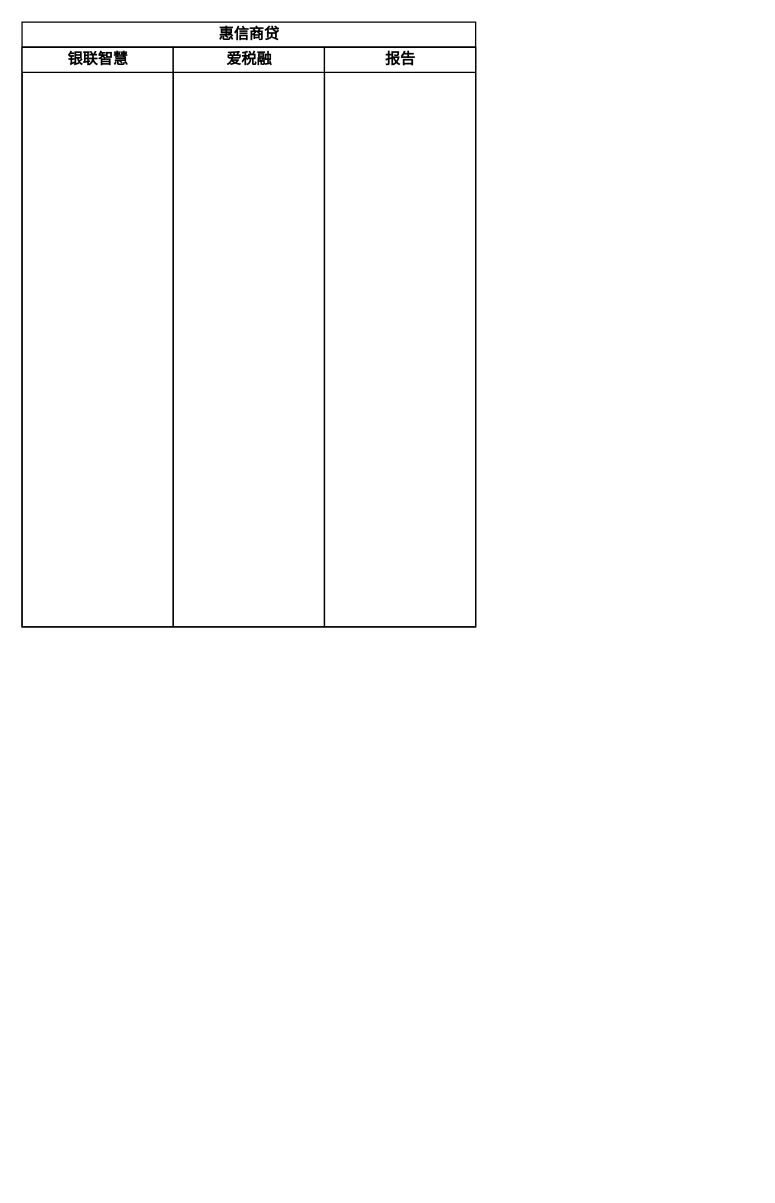
Before: 惠信商贷.drawio in quanqiang-li/draw, a draw.io diagram. Source tidied: cells renumbered, new cells numbered last; positions are measured from the earlier drawing's top-left corner, leaving out a move shared by most shapes. Both pictures are drawn from the tidied source at 126%, with x=0, y=0 at pixel (21, 21).
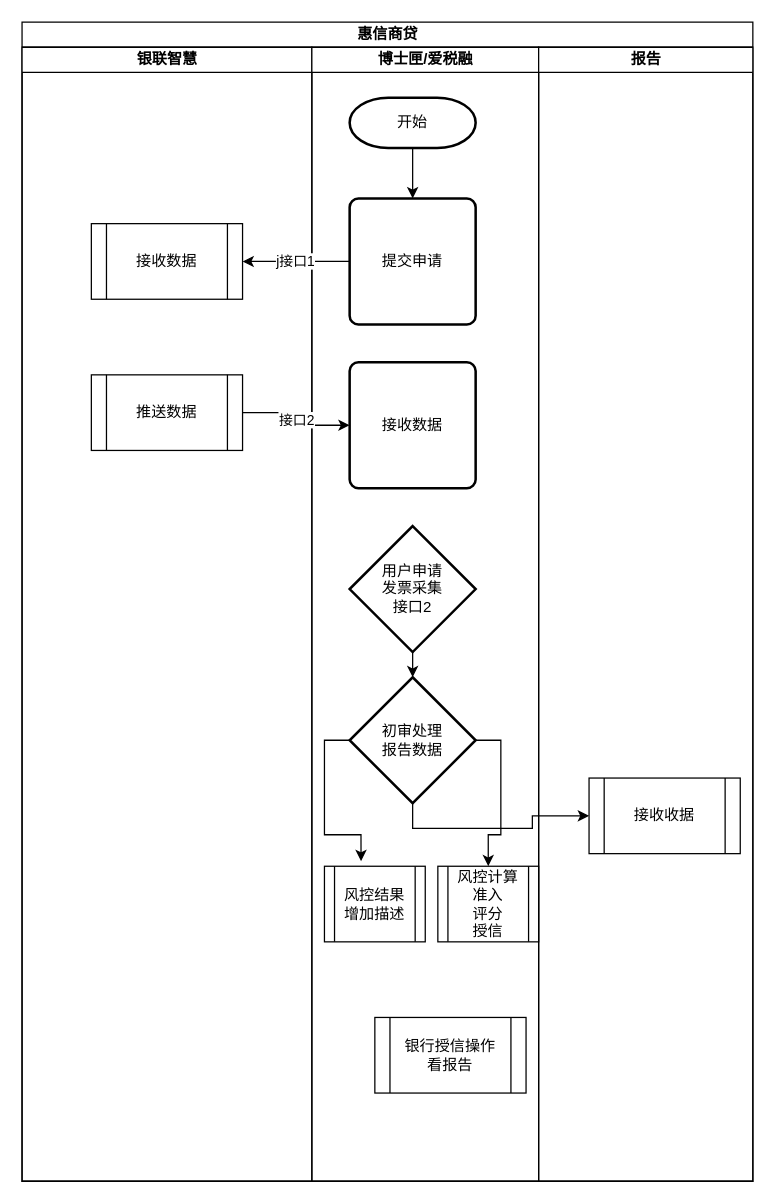
After the change.

Commit message:
更新惠信商贷.drawio

Diff of the diagram source:
```diff
@@
     <mxCell id="2" value="惠信商贷" style="swimlane;html=1;startSize=20;" parent="1" vertex="1">
-      <mxGeometry width="360" height="480" as="geometry" />
+      <mxGeometry width="580" height="920" as="geometry" />
     </mxCell>
     <mxCell id="3" value="银联智慧" style="swimlane;html=1;startSize=20;" parent="2" vertex="1">
-      <mxGeometry y="20" width="120" height="460" as="geometry" />
+      <mxGeometry y="20" width="230" height="900" as="geometry" />
     </mxCell>
+    <mxCell id="6" value="接收数据" style="shape=process;whiteSpace=wrap;html=1;backgroundOutline=1;" parent="3" vertex="1">
+      <mxGeometry x="55" y="140" width="120" height="60" as="geometry" />
+    </mxCell>
+    <mxCell id="7" value="推送数据" style="shape=process;whiteSpace=wrap;html=1;backgroundOutline=1;" parent="3" vertex="1">
+      <mxGeometry x="55" y="260" width="120" height="60" as="geometry" />
+    </mxCell>
-    <mxCell id="4" value="爱税融" style="swimlane;html=1;startSize=20;" parent="2" vertex="1">
-      <mxGeometry x="120" y="20" width="120" height="460" as="geometry" />
+    <mxCell id="4" value="博士匣/爱税融" style="swimlane;html=1;startSize=20;" parent="2" vertex="1">
+      <mxGeometry x="230" y="20" width="180" height="900" as="geometry" />
     </mxCell>
+    <mxCell id="8" style="edgeStyle=orthogonalEdgeStyle;rounded=0;jettySize=auto;html=1;exitX=0.5;exitY=1;exitDx=0;exitDy=0;exitPerimeter=0;entryX=0.5;entryY=0;entryDx=0;entryDy=0;" parent="4" edge="1" source="9" target="10">
+      <mxGeometry relative="1" as="geometry" />
+    </mxCell>
+    <mxCell id="9" value="开始" style="strokeWidth=2;html=1;shape=mxgraph.flowchart.terminator;whiteSpace=wrap;" parent="4" vertex="1">
+      <mxGeometry x="30" y="40" width="100" height="40" as="geometry" />
+    </mxCell>
+    <mxCell id="10" value="提交申请" style="rounded=1;whiteSpace=wrap;html=1;absoluteArcSize=1;arcSize=14;strokeWidth=2;" parent="4" vertex="1">
+      <mxGeometry x="30" y="120" width="100" height="100" as="geometry" />
+    </mxCell>
+    <mxCell id="11" value="接收数据" style="rounded=1;whiteSpace=wrap;html=1;absoluteArcSize=1;arcSize=14;strokeWidth=2;" parent="4" vertex="1">
+      <mxGeometry x="30" y="250" width="100" height="100" as="geometry" />
+    </mxCell>
+    <mxCell id="12" style="edgeStyle=orthogonalEdgeStyle;rounded=0;jettySize=auto;html=1;exitX=0.5;exitY=1;exitDx=0;exitDy=0;exitPerimeter=0;entryX=0.5;entryY=0;entryDx=0;entryDy=0;entryPerimeter=0;" parent="4" edge="1" source="13" target="16">
+      <mxGeometry relative="1" as="geometry" />
+    </mxCell>
+    <mxCell id="13" value="用户申请&lt;br&gt;发票采集&lt;br&gt;接口2&lt;br&gt;" style="strokeWidth=2;html=1;shape=mxgraph.flowchart.decision;whiteSpace=wrap;" parent="4" vertex="1">
+      <mxGeometry x="30" y="380" width="100" height="100" as="geometry" />
+    </mxCell>
+    <mxCell id="14" style="edgeStyle=orthogonalEdgeStyle;rounded=0;jettySize=auto;html=1;entryX=0.363;entryY=-0.067;entryDx=0;entryDy=0;entryPerimeter=0;exitX=0;exitY=0.5;exitDx=0;exitDy=0;exitPerimeter=0;" parent="4" edge="1" source="16" target="17">
+      <mxGeometry relative="1" as="geometry" />
+    </mxCell>
+    <mxCell id="15" style="edgeStyle=orthogonalEdgeStyle;rounded=0;jettySize=auto;html=1;entryX=0.5;entryY=0;entryDx=0;entryDy=0;exitX=1;exitY=0.5;exitDx=0;exitDy=0;exitPerimeter=0;" parent="4" edge="1" source="16" target="18">
+      <mxGeometry relative="1" as="geometry" />
+    </mxCell>
+    <mxCell id="16" value="初审处理&lt;br&gt;报告数据&lt;br&gt;" style="strokeWidth=2;html=1;shape=mxgraph.flowchart.decision;whiteSpace=wrap;" parent="4" vertex="1">
+      <mxGeometry x="30" y="500" width="100" height="100" as="geometry" />
+    </mxCell>
+    <mxCell id="17" value="风控结果&lt;br&gt;增加描述&lt;br&gt;" style="shape=process;whiteSpace=wrap;html=1;backgroundOutline=1;" parent="4" vertex="1">
+      <mxGeometry x="10" y="650" width="80" height="60" as="geometry" />
+    </mxCell>
+    <mxCell id="18" value="风控计算&lt;br&gt;准入&lt;br&gt;评分&lt;br&gt;授信&lt;br&gt;" style="shape=process;whiteSpace=wrap;html=1;backgroundOutline=1;" parent="4" vertex="1">
+      <mxGeometry x="100" y="650" width="80" height="60" as="geometry" />
+    </mxCell>
+    <mxCell id="19" value="银行授信操作&lt;br&gt;看报告&lt;br&gt;" style="shape=process;whiteSpace=wrap;html=1;backgroundOutline=1;" parent="4" vertex="1">
+      <mxGeometry x="50" y="770" width="120" height="60" as="geometry" />
+    </mxCell>
     <mxCell id="5" value="报告" style="swimlane;html=1;startSize=20;" parent="2" vertex="1">
-      <mxGeometry x="240" y="20" width="120" height="460" as="geometry" />
+      <mxGeometry x="410" y="20" width="170" height="900" as="geometry" />
     </mxCell>
+    <mxCell id="20" value="接收收据" style="shape=process;whiteSpace=wrap;html=1;backgroundOutline=1;" parent="5" vertex="1">
+      <mxGeometry x="40" y="580" width="120" height="60" as="geometry" />
+    </mxCell>
+    <mxCell id="21" value="j接口1" style="edgeStyle=orthogonalEdgeStyle;rounded=0;jettySize=auto;html=1;exitX=0;exitY=0.5;exitDx=0;exitDy=0;entryX=1;entryY=0.5;entryDx=0;entryDy=0;" parent="2" edge="1" source="10" target="6">
+      <mxGeometry relative="1" as="geometry" />
+    </mxCell>
+    <mxCell id="22" value="接口2" style="edgeStyle=orthogonalEdgeStyle;rounded=0;jettySize=auto;html=1;" parent="2" edge="1" source="7" target="11">
+      <mxGeometry relative="1" as="geometry" />
+    </mxCell>
+    <mxCell id="23" style="edgeStyle=orthogonalEdgeStyle;rounded=0;jettySize=auto;html=1;entryX=0;entryY=0.5;entryDx=0;entryDy=0;exitX=0.5;exitY=1;exitDx=0;exitDy=0;exitPerimeter=0;" parent="2" edge="1" source="16" target="20">
+      <mxGeometry relative="1" as="geometry" />
+    </mxCell>
```
